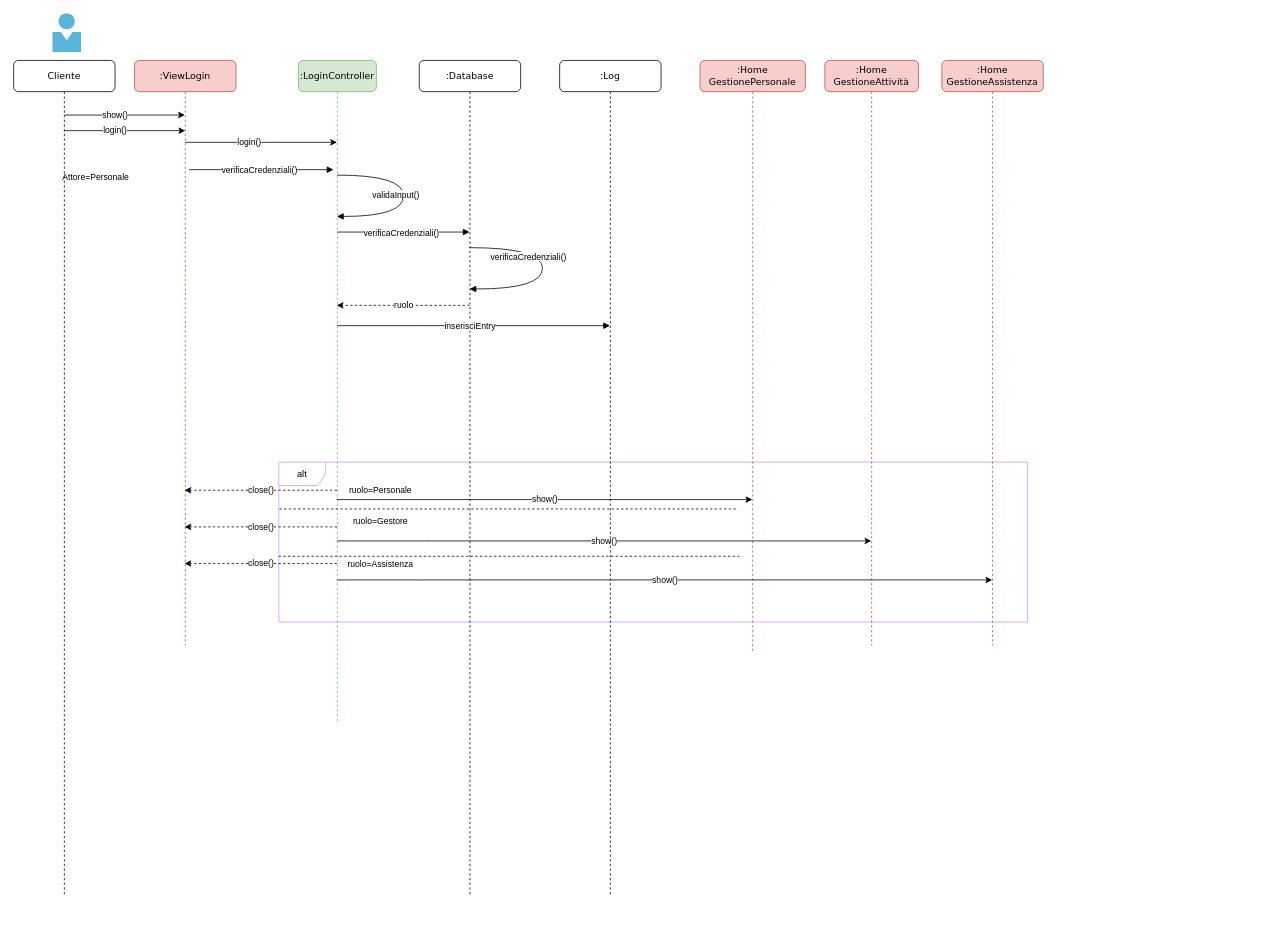
Earlier version of the draw.io diagram page "Login" (2 of 4) of progettazione/dettaglio/dettaglioSequenza.drawio (Marco-Burattoni/Progetto-ids). Source tidied: cells renumbered, new cells numbered last; positions are measured from the earlier drawing's top-left corner, leaving out a move shared by most shapes. Both pictures are drawn from the tidied source at 78%, with x=0, y=0 at pixel (13, 13).
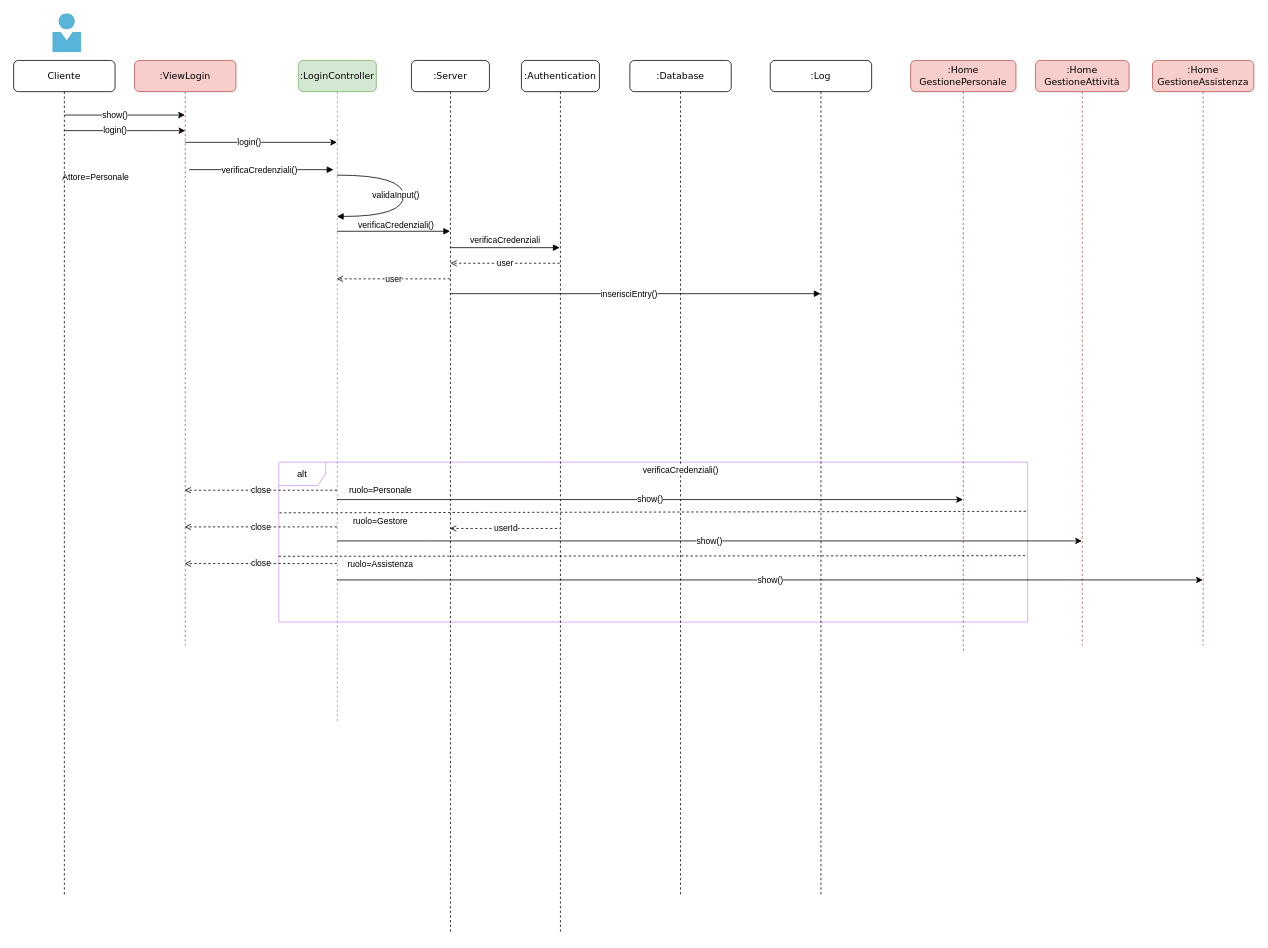
The same diagram, later.

Unchanged cells that the change refers to:
```xml
<mxCell id="2" value="alt" style="shape=umlFrame;whiteSpace=wrap;html=1;strokeColor=#CC99FF;" parent="1" vertex="1">
  <mxGeometry x="340" y="575" width="960" height="205" as="geometry" />
</mxCell>
```

What changed in the source:
```diff
@@
     <mxCell id="4" value=":Home&lt;br&gt;GestionePersonale" style="shape=umlLifeline;perimeter=lifelinePerimeter;whiteSpace=wrap;html=1;outlineConnect=0;rounded=1;shadow=0;comic=0;labelBackgroundColor=none;strokeWidth=1;fontFamily=Verdana;fontSize=12;align=center;fillColor=#f8cecc;strokeColor=#b85450;" parent="1" vertex="1">
-      <mxGeometry x="880" y="60" width="135" height="760" as="geometry" />
+      <mxGeometry x="1150" y="60" width="135" height="760" as="geometry" />
     </mxCell>
     <mxCell id="5" value=":Home&lt;br&gt;GestioneAttività" style="shape=umlLifeline;perimeter=lifelinePerimeter;whiteSpace=wrap;html=1;outlineConnect=0;rounded=1;shadow=0;comic=0;labelBackgroundColor=none;strokeWidth=1;fontFamily=Verdana;fontSize=12;align=center;fillColor=#f8cecc;strokeColor=#b85450;" parent="1" vertex="1">
-      <mxGeometry x="1040" y="60" width="120" height="750" as="geometry" />
+      <mxGeometry x="1310" y="60" width="120" height="750" as="geometry" />
     </mxCell>
     <mxCell id="6" value=":Home&lt;br&gt;GestioneAssistenza" style="shape=umlLifeline;perimeter=lifelinePerimeter;whiteSpace=wrap;html=1;outlineConnect=0;rounded=1;shadow=0;comic=0;labelBackgroundColor=none;strokeWidth=1;fontFamily=Verdana;fontSize=12;align=center;fillColor=#f8cecc;strokeColor=#b85450;" parent="1" vertex="1">
-      <mxGeometry x="1190" y="60" width="130" height="750" as="geometry" />
+      <mxGeometry x="1460" y="60" width="130" height="750" as="geometry" />
     </mxCell>
@@
     <mxCell id="17" style="endArrow=none;dashed=1;html=1;rounded=0;exitX=0.003;exitY=0.328;exitDx=0;exitDy=0;exitPerimeter=0;" parent="1" edge="1">
       <mxGeometry relative="1" as="geometry">
-        <mxPoint x="340.8" y="635" as="sourcePoint" />
-        <mxPoint x="929" y="635" as="targetPoint" />
+        <mxPoint x="340.8" y="640" as="sourcePoint" />
+        <mxPoint x="1300" y="638" as="targetPoint" />
       </mxGeometry>
     </mxCell>
-    <mxCell id="18" style="endArrow=none;dashed=1;html=1;rounded=0;exitX=-0.002;exitY=0.665;exitDx=0;exitDy=0;exitPerimeter=0;entryX=0.999;entryY=0.665;entryDx=0;entryDy=0;entryPerimeter=0;" parent="1" edge="1">
+    <mxCell id="18" style="endArrow=none;dashed=1;html=1;rounded=0;exitX=-0.002;exitY=0.665;exitDx=0;exitDy=0;exitPerimeter=0;entryX=0.999;entryY=0.585;entryDx=0;entryDy=0;entryPerimeter=0;" parent="1" edge="1" target="2">
       <mxGeometry relative="1" as="geometry">
         <mxPoint x="339.8" y="695.7" as="sourcePoint" />
-        <mxPoint x="930.4" y="695.7" as="targetPoint" />
       </mxGeometry>
     </mxCell>
@@
     <mxCell id="24" value=":Database" style="shape=umlLifeline;perimeter=lifelinePerimeter;whiteSpace=wrap;html=1;outlineConnect=0;rounded=1;shadow=0;comic=0;labelBackgroundColor=none;strokeWidth=1;fontFamily=Verdana;fontSize=12;align=center;size=40;" parent="1" vertex="1">
-      <mxGeometry x="520" y="60" width="130" height="1070" as="geometry" />
+      <mxGeometry x="790" y="60" width="130" height="1070" as="geometry" />
     </mxCell>
-    <mxCell id="25" value="&lt;font style=&quot;font-size: 11px; background-color: rgb(255, 255, 255);&quot; face=&quot;Helvetica&quot;&gt;verificaCredenziali()&lt;/font&gt;" style="html=1;verticalAlign=bottom;endArrow=block;labelBackgroundColor=none;fontFamily=Verdana;fontSize=12;edgeStyle=elbowEdgeStyle;elbow=vertical;rounded=0;" parent="24" edge="1" target="24">
-      <mxGeometry x="-0.03" y="-10" relative="1" as="geometry">
-        <mxPoint x="-105" y="220" as="sourcePoint" />
-        <Array as="points">
-          <mxPoint x="5" y="220" />
-        </Array>
-      </mxGeometry>
-    </mxCell>
-    <mxCell id="26" value="&lt;font style=&quot;font-size: 11px; background-color: rgb(255, 255, 255);&quot; face=&quot;Helvetica&quot;&gt;inserisciEntry&lt;/font&gt;" style="html=1;verticalAlign=bottom;endArrow=block;labelBackgroundColor=none;fontFamily=Verdana;fontSize=12;edgeStyle=elbowEdgeStyle;elbow=vertical;rounded=0;" parent="24" edge="1" target="27">
-      <mxGeometry x="-0.03" y="-10" relative="1" as="geometry">
-        <mxPoint x="-105" y="340" as="sourcePoint" />
-        <Array as="points">
-          <mxPoint x="5" y="340" />
-        </Array>
-      </mxGeometry>
-    </mxCell>
     <mxCell id="27" value=":Log" style="shape=umlLifeline;perimeter=lifelinePerimeter;whiteSpace=wrap;html=1;outlineConnect=0;rounded=1;shadow=0;comic=0;labelBackgroundColor=none;strokeWidth=1;fontFamily=Verdana;fontSize=12;align=center;size=40;" parent="1" vertex="1">
-      <mxGeometry x="700" y="60" width="130" height="1070" as="geometry" />
+      <mxGeometry x="970" y="60" width="130" height="1070" as="geometry" />
     </mxCell>
     <mxCell id="28" value="&lt;font style=&quot;font-size: 11px; background-color: rgb(255, 255, 255);&quot; face=&quot;Helvetica&quot;&gt;verificaCredenziali()&lt;/font&gt;" style="html=1;verticalAlign=bottom;endArrow=block;labelBackgroundColor=none;fontFamily=Verdana;fontSize=12;edgeStyle=orthogonalEdgeStyle;elbow=vertical;rounded=0;curved=1;" parent="1" edge="1" source="24" target="24">
       <mxGeometry x="-0.05" y="-18" relative="1" as="geometry">
         <Array as="points">
-          <mxPoint x="678" y="300" />
-          <mxPoint x="678" y="353" />
+          <mxPoint x="890" y="300" />
+          <mxPoint x="890" y="353" />
         </Array>
       </mxGeometry>
     </mxCell>
-    <mxCell id="29" value="ruolo" style="endArrow=classic;html=1;rounded=0;dashed=1;" parent="1" edge="1">
+    <mxCell id="29" value="user" style="endArrow=open;html=1;rounded=0;dashed=1;endFill=0;" parent="1" edge="1">
       <mxGeometry relative="1" as="geometry">
-        <mxPoint x="584.5" y="374" as="sourcePoint" />
-        <mxPoint x="414.3" y="374" as="targetPoint" />
+        <mxPoint x="559.5" y="340" as="sourcePoint" />
+        <mxPoint x="414.3" y="340" as="targetPoint" />
       </mxGeometry>
     </mxCell>
-    <mxCell id="30" value="close()" style="endArrow=classic;html=1;rounded=0;dashed=1;" parent="1" edge="1">
+    <mxCell id="30" value="close" style="endArrow=open;html=1;rounded=0;dashed=1;endFill=0;" parent="1" edge="1">
       <mxGeometry relative="1" as="geometry">
         <mxPoint x="414.5" y="611" as="sourcePoint" />
         <mxPoint x="219.2" y="611" as="targetPoint" />
       </mxGeometry>
     </mxCell>
-    <mxCell id="31" value="close()" style="endArrow=classic;html=1;rounded=0;dashed=1;" parent="1" edge="1">
+    <mxCell id="31" value="close" style="endArrow=open;html=1;rounded=0;dashed=1;endFill=0;" parent="1" edge="1">
       <mxGeometry relative="1" as="geometry">
         <mxPoint x="414.5" y="658" as="sourcePoint" />
         <mxPoint x="219.2" y="658" as="targetPoint" />
       </mxGeometry>
     </mxCell>
-    <mxCell id="32" value="close()" style="endArrow=classic;html=1;rounded=0;dashed=1;" parent="1" edge="1">
+    <mxCell id="32" value="close" style="endArrow=open;html=1;rounded=0;dashed=1;endFill=0;" parent="1" edge="1">
       <mxGeometry relative="1" as="geometry">
         <mxPoint x="414.5" y="705" as="sourcePoint" />
         <mxPoint x="219.2" y="705" as="targetPoint" />
       </mxGeometry>
     </mxCell>
+    <mxCell id="33" value=":Authentication" style="shape=umlLifeline;perimeter=lifelinePerimeter;whiteSpace=wrap;html=1;rounded=1;shadow=0;comic=0;labelBackgroundColor=none;strokeWidth=1;fontFamily=Verdana;fontSize=12;align=center;" parent="1" vertex="1">
+      <mxGeometry x="651" y="60" width="100" height="1120" as="geometry" />
+    </mxCell>
+    <mxCell id="34" value="userId" style="endArrow=none;html=1;rounded=0;startArrow=open;startFill=0;endFill=0;dashed=1;" parent="33" edge="1" source="37">
+      <mxGeometry relative="1" as="geometry">
+        <mxPoint x="49.5" y="600" as="targetPoint" />
+      </mxGeometry>
+    </mxCell>
+    <mxCell id="35" value="&lt;font style=&quot;font-size: 11px; background-color: rgb(255, 255, 255);&quot; face=&quot;Helvetica&quot;&gt;verificaCredenziali&lt;/font&gt;" style="html=1;verticalAlign=bottom;endArrow=block;labelBackgroundColor=none;fontFamily=Verdana;fontSize=12;elbow=vertical;rounded=0;" parent="33" edge="1">
+      <mxGeometry relative="1" as="geometry">
+        <mxPoint x="-91" y="240" as="sourcePoint" />
+        <mxPoint x="49" y="240" as="targetPoint" />
+      </mxGeometry>
+    </mxCell>
+    <mxCell id="36" value="user" style="endArrow=open;html=1;rounded=0;dashed=1;endFill=0;" parent="33" edge="1">
+      <mxGeometry relative="1" as="geometry">
+        <mxPoint x="49" y="260" as="sourcePoint" />
+        <mxPoint x="-91" y="260" as="targetPoint" />
+      </mxGeometry>
+    </mxCell>
+    <mxCell id="37" value=":Server" style="shape=umlLifeline;perimeter=lifelinePerimeter;whiteSpace=wrap;html=1;outlineConnect=0;rounded=1;shadow=0;comic=0;labelBackgroundColor=none;strokeWidth=1;fontFamily=Verdana;fontSize=12;align=center;" parent="1" vertex="1">
+      <mxGeometry x="510" y="60" width="100" height="1120" as="geometry" />
+    </mxCell>
+    <mxCell id="25" value="&lt;font style=&quot;font-size: 11px; background-color: rgb(255, 255, 255);&quot; face=&quot;Helvetica&quot;&gt;verificaCredenziali()&lt;/font&gt;" style="html=1;verticalAlign=bottom;endArrow=block;labelBackgroundColor=none;fontFamily=Verdana;fontSize=12;elbow=vertical;rounded=0;" parent="1" edge="1">
+      <mxGeometry x="0.04" y="-1" relative="1" as="geometry">
+        <mxPoint x="414.5" y="279" as="sourcePoint" />
+        <mxPoint x="559.5" y="279" as="targetPoint" />
+      </mxGeometry>
+    </mxCell>
+    <mxCell id="26" value="&lt;font style=&quot;font-size: 11px; background-color: rgb(255, 255, 255);&quot; face=&quot;Helvetica&quot;&gt;inserisciEntry()&lt;/font&gt;" style="html=1;verticalAlign=bottom;endArrow=block;labelBackgroundColor=none;fontFamily=Verdana;fontSize=12;edgeStyle=elbowEdgeStyle;elbow=vertical;rounded=0;" parent="1" edge="1">
+      <mxGeometry x="-0.03" y="-10" relative="1" as="geometry">
+        <mxPoint x="559.3" y="359" as="sourcePoint" />
+        <mxPoint x="1034.5" y="359" as="targetPoint" />
+        <Array as="points">
+          <mxPoint x="795" y="359" />
+        </Array>
+      </mxGeometry>
+    </mxCell>
```
